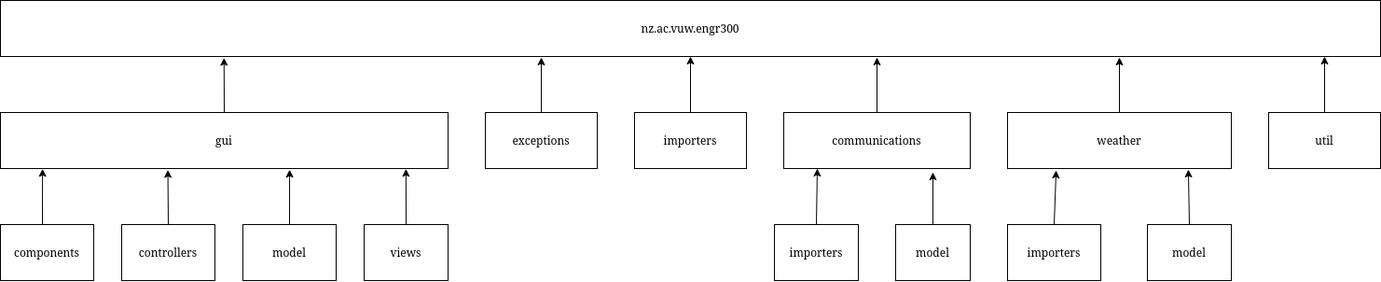
Before: architecture_design/assets/package_diagram.png, a diagram exported from draw.io (Group-10-Studios/Mission-Control). Source tidied: cells renumbered, new cells last; positions are measured from the earlier drawing's top-left corner, leaving out a move shared by most shapes.
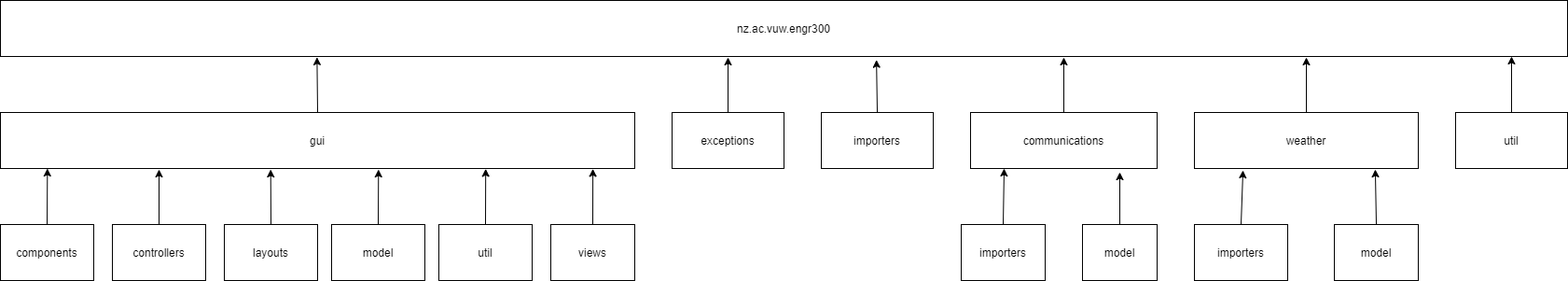
Later version of the same file.

Commit message:
#134: Update to after GUI rework - Add additional GUI package info

What changed in the source:
```diff
@@ -15,7 +15,7 @@
       <mxGeometry x="1360" y="120" width="120" height="60" as="geometry" />
     </mxCell>
     <mxCell id="6" value="nz.ac.vuw.engr300" style="rounded=0;whiteSpace=wrap;html=1;" parent="1" vertex="1">
-      <mxGeometry width="1480" height="60" as="geometry" />
+      <mxGeometry x="-200" width="1680" height="60" as="geometry" />
     </mxCell>
     <mxCell id="7" style="endArrow=classic;html=1;exitX=0.5;exitY=0;exitDx=0;exitDy=0;" parent="1" edge="1" source="3">
       <mxGeometry relative="1" as="geometry">
@@ -59,26 +59,26 @@
       <mxGeometry relative="1" as="geometry" />
     </mxCell>
     <mxCell id="18" value="&lt;div&gt;gui&lt;/div&gt;" style="rounded=0;whiteSpace=wrap;html=1;" parent="1" vertex="1">
-      <mxGeometry y="120" width="480" height="60" as="geometry" />
+      <mxGeometry x="-200" y="120" width="680" height="60" as="geometry" />
     </mxCell>
-    <mxCell id="19" style="endArrow=classic;html=1;exitX=0.5;exitY=0;exitDx=0;exitDy=0;entryX=0.162;entryY=1.023;entryDx=0;entryDy=0;entryPerimeter=0;" parent="1" edge="1" source="18" target="6">
+    <mxCell id="19" style="endArrow=classic;html=1;exitX=0.5;exitY=0;exitDx=0;exitDy=0;entryX=0.202;entryY=1.014;entryDx=0;entryDy=0;entryPerimeter=0;" parent="1" edge="1" source="18" target="6">
       <mxGeometry relative="1" as="geometry" />
     </mxCell>
     <mxCell id="20" value="controllers" style="rounded=0;whiteSpace=wrap;html=1;" parent="1" vertex="1">
-      <mxGeometry x="130" y="240" width="100" height="60" as="geometry" />
+      <mxGeometry x="-80" y="240" width="100" height="60" as="geometry" />
     </mxCell>
     <mxCell id="21" value="views" style="rounded=0;whiteSpace=wrap;html=1;" parent="1" vertex="1">
       <mxGeometry x="390" y="240" width="90" height="60" as="geometry" />
     </mxCell>
-    <mxCell id="22" style="endArrow=classic;html=1;entryX=0.094;entryY=1.005;entryDx=0;entryDy=0;entryPerimeter=0;" parent="1" edge="1" target="18">
-      <mxGeometry relative="1" as="geometry">
-        <mxPoint x="45" y="240" as="sourcePoint" />
-      </mxGeometry>
+    <mxCell id="22" style="endArrow=classic;html=1;exitX=0.5;exitY=0;exitDx=0;exitDy=0;entryX=0.074;entryY=1;entryDx=0;entryDy=0;entryPerimeter=0;" parent="1" edge="1" source="27" target="18">
+      <mxGeometry relative="1" as="geometry" />
     </mxCell>
-    <mxCell id="23" style="endArrow=classic;html=1;exitX=0.5;exitY=0;exitDx=0;exitDy=0;entryX=0.374;entryY=1.024;entryDx=0;entryDy=0;entryPerimeter=0;" parent="1" edge="1" source="20" target="18">
-      <mxGeometry relative="1" as="geometry" />
+    <mxCell id="23" style="endArrow=classic;html=1;exitX=0.5;exitY=0;exitDx=0;exitDy=0;" parent="1" edge="1" source="20">
+      <mxGeometry relative="1" as="geometry">
+        <mxPoint x="-30" y="181" as="targetPoint" />
+      </mxGeometry>
     </mxCell>
-    <mxCell id="24" style="endArrow=classic;html=1;entryX=0.5;entryY=1;entryDx=0;entryDy=0;" parent="1" edge="1" target="6">
+    <mxCell id="24" style="endArrow=classic;html=1;entryX=0.559;entryY=1.061;entryDx=0;entryDy=0;entryPerimeter=0;" parent="1" edge="1" target="6">
       <mxGeometry relative="1" as="geometry">
         <mxPoint x="740" y="120" as="sourcePoint" />
       </mxGeometry>
@@ -92,16 +92,28 @@
       </mxGeometry>
     </mxCell>
     <mxCell id="27" value="components" style="rounded=0;whiteSpace=wrap;html=1;" parent="1" vertex="1">
-      <mxGeometry y="240" width="100" height="60" as="geometry" />
+      <mxGeometry x="-200" y="240" width="100" height="60" as="geometry" />
     </mxCell>
     <mxCell id="28" value="model" style="rounded=0;whiteSpace=wrap;html=1;" parent="1" vertex="1">
-      <mxGeometry x="260" y="240" width="100" height="60" as="geometry" />
+      <mxGeometry x="155" y="240" width="100" height="60" as="geometry" />
     </mxCell>
-    <mxCell id="29" style="endArrow=classic;html=1;entryX=0.646;entryY=1.019;entryDx=0;entryDy=0;entryPerimeter=0;exitX=0.5;exitY=0;exitDx=0;exitDy=0;" parent="1" edge="1" source="28" target="18">
+    <mxCell id="29" style="endArrow=classic;html=1;exitX=0.5;exitY=0;exitDx=0;exitDy=0;entryX=0.596;entryY=1.017;entryDx=0;entryDy=0;entryPerimeter=0;" parent="1" edge="1" source="28" target="18">
       <mxGeometry relative="1" as="geometry" />
     </mxCell>
-    <mxCell id="30" style="endArrow=classic;html=1;exitX=0.5;exitY=0;exitDx=0;exitDy=0;entryX=0.906;entryY=1.005;entryDx=0;entryDy=0;entryPerimeter=0;" parent="1" edge="1" source="21" target="18">
+    <mxCell id="30" style="endArrow=classic;html=1;exitX=0.5;exitY=0;exitDx=0;exitDy=0;entryX=0.934;entryY=1.006;entryDx=0;entryDy=0;entryPerimeter=0;" parent="1" edge="1" source="21" target="18">
       <mxGeometry relative="1" as="geometry" />
     </mxCell>
+    <mxCell id="31" value="layouts" style="rounded=0;whiteSpace=wrap;html=1;" parent="1" vertex="1">
+      <mxGeometry x="40" y="240" width="100" height="60" as="geometry" />
+    </mxCell>
+    <mxCell id="32" value="util" style="rounded=0;whiteSpace=wrap;html=1;" parent="1" vertex="1">
+      <mxGeometry x="270" y="240" width="100" height="60" as="geometry" />
+    </mxCell>
+    <mxCell id="33" style="endArrow=classic;html=1;exitX=0.5;exitY=0;exitDx=0;exitDy=0;entryX=0.426;entryY=1.017;entryDx=0;entryDy=0;entryPerimeter=0;" parent="1" edge="1" source="31" target="18">
+      <mxGeometry relative="1" as="geometry" />
+    </mxCell>
+    <mxCell id="34" style="endArrow=classic;html=1;exitX=0.5;exitY=0;exitDx=0;exitDy=0;entryX=0.765;entryY=1.006;entryDx=0;entryDy=0;entryPerimeter=0;" parent="1" edge="1" source="32" target="18">
+      <mxGeometry relative="1" as="geometry" />
+    </mxCell>
   </root>
 </mxGraphModel>
```
